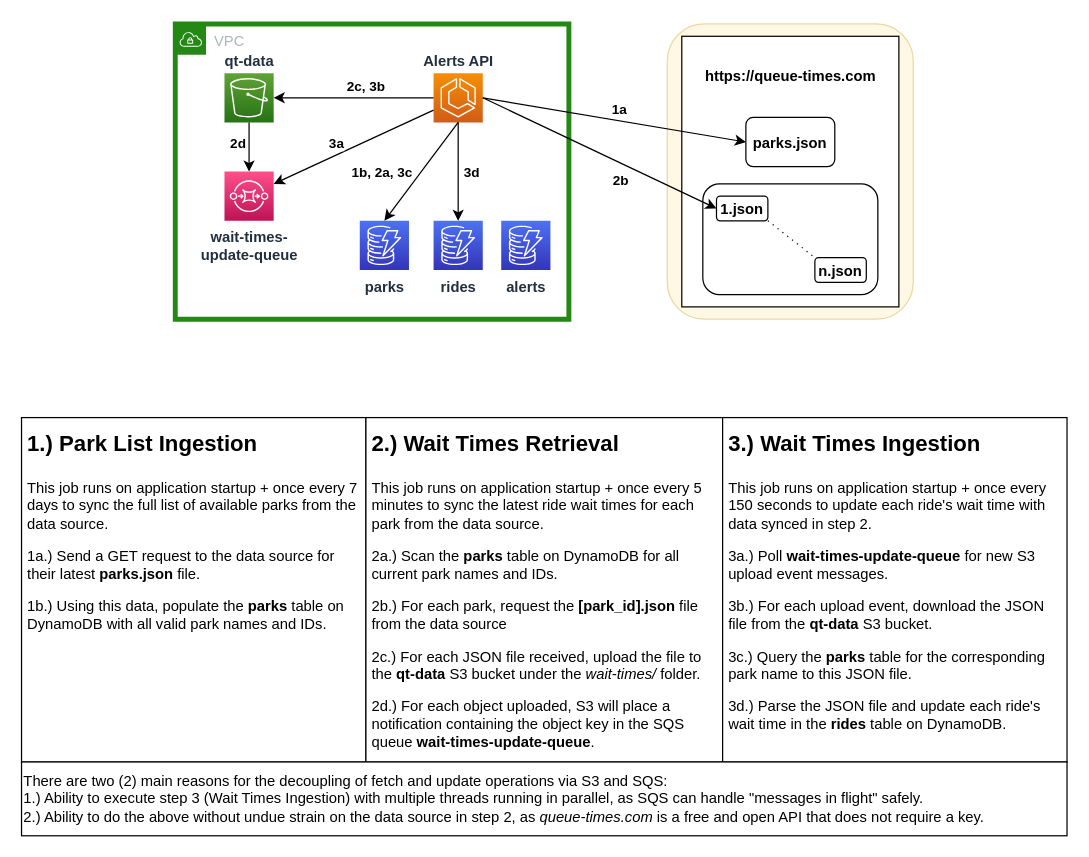
This is page "Data Ingestion Flow" (1 of 2) of docs/queue_times_app_diagram.drawio from caseyjohnsonwv/firewatch, a draw.io file, before an edit. Source tidied: cells renumbered, new cells numbered last; positions are measured from the earlier drawing's top-left corner, leaving out a move shared by most shapes. Both pictures are drawn from the tidied source at 123%, with x=0, y=0 at pixel (21, 23).
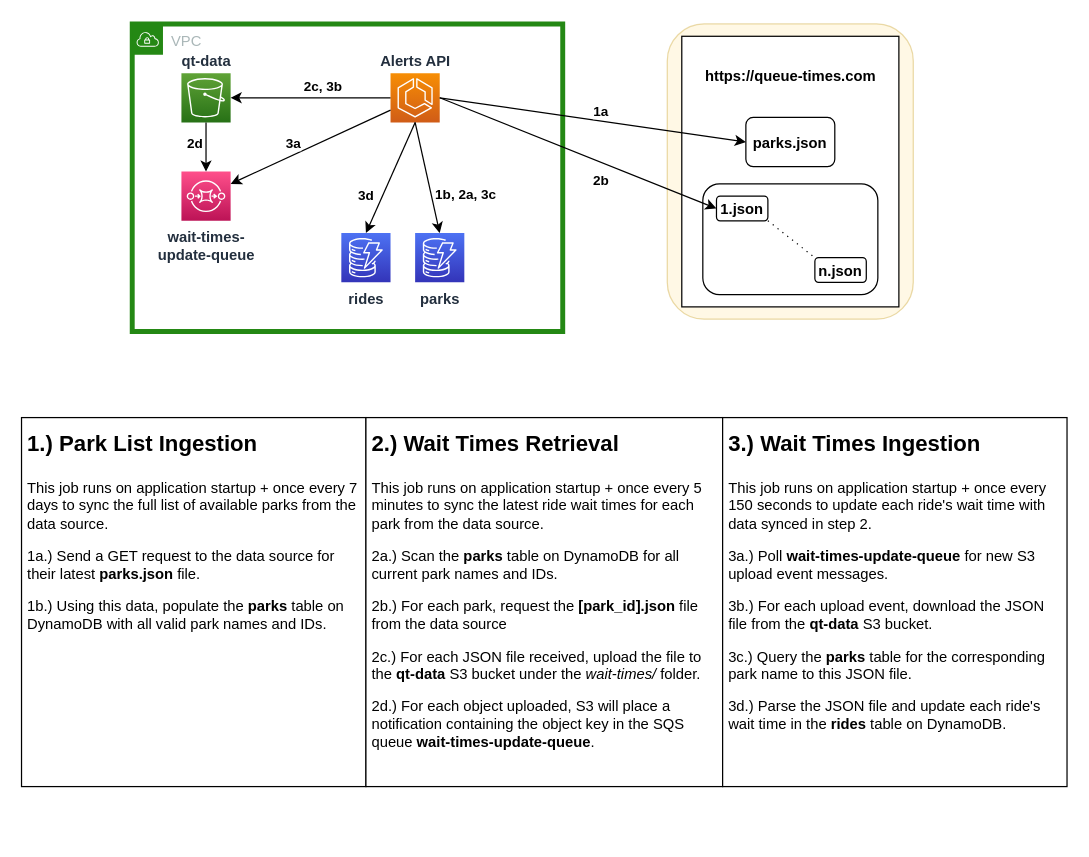
Above is the later version.

The change refers to these unchanged cells:
```xml
<mxCell id="11" value="&lt;font style=&quot;font-size: 12px&quot;&gt;&lt;b&gt;parks.json&lt;/b&gt;&lt;/font&gt;" style="rounded=1;whiteSpace=wrap;html=1;labelBackgroundColor=none;fontSize=14;strokeColor=default;strokeWidth=1;fillColor=#FFFFFF;" parent="9" vertex="1">
  <mxGeometry x="52.1" y="66" width="72.3" height="40" as="geometry" />
</mxCell>
<mxCell id="15" value="&lt;font style=&quot;font-size: 12px&quot;&gt;&lt;b&gt;1.json&lt;/b&gt;&lt;/font&gt;" style="rounded=1;whiteSpace=wrap;html=1;labelBackgroundColor=none;fontSize=14;strokeColor=default;strokeWidth=1;fillColor=#FFFFFF;" parent="9" vertex="1">
  <mxGeometry x="28.2" y="130" width="41.8" height="20" as="geometry" />
</mxCell>
```

What changed in the source:
```diff
@@
-    <mxCell id="2" style="group;" parent="1" vertex="1">
-      <mxGeometry x="125" width="600" height="240" as="geometry" />
-    </mxCell>
+    <mxCell id="33" style="group;" parent="1" vertex="1">
+      <mxGeometry y="320" width="280" height="300" as="geometry" />
+    </mxCell>
+    <mxCell id="34" style="rounded=0;whiteSpace=wrap;html=1;" parent="33" vertex="1">
+      <mxGeometry width="280" height="300" as="geometry" />
+    </mxCell>
+    <mxCell id="35" value="&lt;h1&gt;&lt;font style=&quot;font-size: 18px&quot;&gt;1.) Park List Ingestion&lt;/font&gt;&lt;/h1&gt;&lt;p&gt;This job runs on application startup + once every 7 days to sync the full list of available parks from the data source.&lt;/p&gt;&lt;p&gt;1a.) Send a GET request to the data source&amp;nbsp;for their latest&amp;nbsp;&lt;b&gt;parks.json&lt;/b&gt;&amp;nbsp;file.&lt;/p&gt;&lt;p&gt;1b.) Using this data, populate the &lt;b&gt;parks&lt;/b&gt;&amp;nbsp;table on DynamoDB with all valid park names and IDs.&lt;/p&gt;" style="text;html=1;strokeColor=none;fillColor=none;spacing=5;spacingTop=-20;whiteSpace=wrap;overflow=hidden;rounded=0;" parent="33" vertex="1">
+      <mxGeometry width="280" height="300" as="geometry" />
+    </mxCell>
+    <mxCell id="36" style="group;" parent="1" vertex="1">
+      <mxGeometry x="280" y="320" width="290" height="300" as="geometry" />
+    </mxCell>
+    <mxCell id="37" style="rounded=0;whiteSpace=wrap;html=1;" parent="36" vertex="1">
+      <mxGeometry width="290" height="300" as="geometry" />
+    </mxCell>
+    <mxCell id="38" value="&lt;h1&gt;&lt;font style=&quot;font-size: 18px&quot;&gt;2.) Wait Times Retrieval&lt;/font&gt;&lt;/h1&gt;&lt;p&gt;This job runs on application startup + once every 5 minutes to sync the latest ride wait times for each park from the data source.&lt;/p&gt;&lt;p&gt;2a.) Scan the &lt;b&gt;parks&lt;/b&gt;&amp;nbsp;table on DynamoDB for all current park names and IDs.&lt;/p&gt;&lt;p&gt;2b.) For each park, request the &lt;b&gt;[park_id].json&lt;/b&gt;&amp;nbsp;file from the data source&lt;/p&gt;&lt;p&gt;2c.) For each JSON file received, upload the file to the &lt;b&gt;qt-data&lt;/b&gt;&amp;nbsp;S3 bucket under the &lt;i&gt;wait-times/&lt;/i&gt;&amp;nbsp;folder.&lt;/p&gt;&lt;p&gt;2d.) For each object uploaded, S3 will place a notification containing the object key in the SQS queue&amp;nbsp;&lt;b&gt;wait-times-update-queue&lt;/b&gt;.&lt;/p&gt;" style="text;html=1;strokeColor=none;fillColor=none;spacing=5;spacingTop=-20;whiteSpace=wrap;overflow=hidden;rounded=0;" parent="36" vertex="1">
+      <mxGeometry width="290" height="300" as="geometry" />
+    </mxCell>
+    <mxCell id="39" style="group;" parent="1" vertex="1">
+      <mxGeometry x="570" y="320" width="280" height="300" as="geometry" />
+    </mxCell>
+    <mxCell id="40" style="rounded=0;whiteSpace=wrap;html=1;" parent="39" vertex="1">
+      <mxGeometry width="280" height="300" as="geometry" />
+    </mxCell>
+    <mxCell id="41" value="&lt;h1&gt;&lt;font style=&quot;font-size: 18px&quot;&gt;3.) Wait Times Ingestion&lt;/font&gt;&lt;/h1&gt;&lt;p&gt;This job runs on application startup + once every 150 seconds to update each ride's wait time with data synced in step 2.&lt;/p&gt;&lt;p&gt;3a.) Poll &lt;b&gt;wait-times-update-queue &lt;/b&gt;for new S3 upload event messages.&lt;/p&gt;&lt;p&gt;3b.) For each upload event, download the JSON file from the &lt;b&gt;qt-data&lt;/b&gt;&amp;nbsp;S3 bucket.&lt;/p&gt;&lt;p&gt;3c.) Query the &lt;b&gt;parks&lt;/b&gt;&amp;nbsp;table for the corresponding park name to this JSON&amp;nbsp;file.&lt;/p&gt;&lt;p&gt;3d.) Parse the JSON file and update each ride's wait time in the &lt;b&gt;rides&lt;/b&gt;&amp;nbsp;table on DynamoDB.&lt;/p&gt;" style="text;html=1;strokeColor=none;fillColor=none;spacing=5;spacingTop=-20;whiteSpace=wrap;overflow=hidden;rounded=0;" parent="39" vertex="1">
+      <mxGeometry width="280" height="300" as="geometry" />
+    </mxCell>
-    <mxCell id="3" value="VPC" style="gradientColor=none;html=1;whiteSpace=wrap;fontSize=12;fontStyle=0;shape=mxgraph.aws4.group;grIcon=mxgraph.aws4.group_vpc;strokeColor=#248814;fillColor=none;verticalAlign=top;align=left;spacingLeft=30;fontColor=#AAB7B8;dashed=0;strokeWidth=4;" parent="2" vertex="1">
-      <mxGeometry width="320" height="240" as="geometry" />
+    <mxCell id="3" value="VPC" style="gradientColor=none;html=1;whiteSpace=wrap;fontSize=12;fontStyle=0;shape=mxgraph.aws4.group;grIcon=mxgraph.aws4.group_vpc;strokeColor=#248814;fillColor=none;verticalAlign=top;align=left;spacingLeft=30;fontColor=#AAB7B8;dashed=0;strokeWidth=4;" parent="1" vertex="1">
+      <mxGeometry x="90" width="350" height="250" as="geometry" />
     </mxCell>
-    <mxCell id="4" value="&lt;b&gt;Alerts API&lt;/b&gt;" style="sketch=0;points=[[0,0,0],[0.25,0,0],[0.5,0,0],[0.75,0,0],[1,0,0],[0,1,0],[0.25,1,0],[0.5,1,0],[0.75,1,0],[1,1,0],[0,0.25,0],[0,0.5,0],[0,0.75,0],[1,0.25,0],[1,0.5,0],[1,0.75,0]];outlineConnect=0;fontColor=#232F3E;gradientColor=#F78E04;gradientDirection=north;fillColor=#D05C17;strokeColor=#ffffff;dashed=0;verticalLabelPosition=top;verticalAlign=bottom;align=center;html=1;fontSize=12;fontStyle=0;shape=mxgraph.aws4.resourceIcon;resIcon=mxgraph.aws4.ecs;labelPosition=center;" parent="2" vertex="1">
-      <mxGeometry x="210" y="40" width="40" height="40" as="geometry" />
+    <mxCell id="4" value="&lt;b&gt;Alerts API&lt;/b&gt;" style="sketch=0;points=[[0,0,0],[0.25,0,0],[0.5,0,0],[0.75,0,0],[1,0,0],[0,1,0],[0.25,1,0],[0.5,1,0],[0.75,1,0],[1,1,0],[0,0.25,0],[0,0.5,0],[0,0.75,0],[1,0.25,0],[1,0.5,0],[1,0.75,0]];outlineConnect=0;fontColor=#232F3E;gradientColor=#F78E04;gradientDirection=north;fillColor=#D05C17;strokeColor=#ffffff;dashed=0;verticalLabelPosition=top;verticalAlign=bottom;align=center;html=1;fontSize=12;fontStyle=0;shape=mxgraph.aws4.resourceIcon;resIcon=mxgraph.aws4.ecs;labelPosition=center;" parent="1" vertex="1">
+      <mxGeometry x="300" y="40" width="40" height="40" as="geometry" />
     </mxCell>
-    <mxCell id="5" value="&lt;b&gt;qt-data&lt;/b&gt;" style="sketch=0;points=[[0,0,0],[0.25,0,0],[0.5,0,0],[0.75,0,0],[1,0,0],[0,1,0],[0.25,1,0],[0.5,1,0],[0.75,1,0],[1,1,0],[0,0.25,0],[0,0.5,0],[0,0.75,0],[1,0.25,0],[1,0.5,0],[1,0.75,0]];outlineConnect=0;fontColor=#232F3E;gradientColor=#60A337;gradientDirection=north;fillColor=#277116;strokeColor=#ffffff;dashed=0;verticalLabelPosition=top;verticalAlign=bottom;align=center;html=1;fontSize=12;fontStyle=0;shape=mxgraph.aws4.resourceIcon;resIcon=mxgraph.aws4.s3;labelBackgroundColor=none;labelPosition=center;" parent="2" vertex="1">
-      <mxGeometry x="40" y="40" width="40" height="40" as="geometry" />
+    <mxCell id="5" value="&lt;b&gt;qt-data&lt;/b&gt;" style="sketch=0;points=[[0,0,0],[0.25,0,0],[0.5,0,0],[0.75,0,0],[1,0,0],[0,1,0],[0.25,1,0],[0.5,1,0],[0.75,1,0],[1,1,0],[0,0.25,0],[0,0.5,0],[0,0.75,0],[1,0.25,0],[1,0.5,0],[1,0.75,0]];outlineConnect=0;fontColor=#232F3E;gradientColor=#60A337;gradientDirection=north;fillColor=#277116;strokeColor=#ffffff;dashed=0;verticalLabelPosition=top;verticalAlign=bottom;align=center;html=1;fontSize=12;fontStyle=0;shape=mxgraph.aws4.resourceIcon;resIcon=mxgraph.aws4.s3;labelBackgroundColor=none;labelPosition=center;" parent="1" vertex="1">
+      <mxGeometry x="130" y="40" width="40" height="40" as="geometry" />
     </mxCell>
-    <mxCell id="6" style="edgeStyle=orthogonalEdgeStyle;rounded=0;jettySize=auto;html=1;exitX=0;exitY=0.5;exitDx=0;exitDy=0;exitPerimeter=0;entryX=1;entryY=0.5;entryDx=0;entryDy=0;entryPerimeter=0;endArrow=classic;endFill=1;" parent="2" edge="1" source="4" target="5">
+    <mxCell id="6" style="edgeStyle=orthogonalEdgeStyle;rounded=0;jettySize=auto;html=1;exitX=0;exitY=0.5;exitDx=0;exitDy=0;exitPerimeter=0;entryX=1;entryY=0.5;entryDx=0;entryDy=0;entryPerimeter=0;endArrow=classic;endFill=1;" parent="1" edge="1" source="4" target="5">
       <mxGeometry relative="1" as="geometry" />
     </mxCell>
@@
-    <mxCell id="8" style="rounded=1;whiteSpace=wrap;html=1;labelBackgroundColor=none;fontSize=12;strokeColor=#d6b656;strokeWidth=1;fillColor=#fff2cc;opacity=50;" parent="2" vertex="1">
-      <mxGeometry x="400" width="200" height="240" as="geometry" />
+    <mxCell id="8" style="rounded=1;whiteSpace=wrap;html=1;labelBackgroundColor=none;fontSize=12;strokeColor=#d6b656;strokeWidth=1;fillColor=#fff2cc;opacity=50;" parent="1" vertex="1">
+      <mxGeometry x="525" width="200" height="240" as="geometry" />
     </mxCell>
-    <mxCell id="9" style="group;opacity=50;" parent="2" vertex="1">
-      <mxGeometry x="411.8" y="10" width="176.5" height="220" as="geometry" />
+    <mxCell id="9" style="group;opacity=50;" parent="1" vertex="1">
+      <mxGeometry x="536.8" y="10" width="176.5" height="220" as="geometry" />
     </mxCell>
@@
-    <mxCell id="17" value="&lt;b&gt;wait-times-&lt;br&gt;update-queue&lt;/b&gt;" style="sketch=0;points=[[0,0,0],[0.25,0,0],[0.5,0,0],[0.75,0,0],[1,0,0],[0,1,0],[0.25,1,0],[0.5,1,0],[0.75,1,0],[1,1,0],[0,0.25,0],[0,0.5,0],[0,0.75,0],[1,0.25,0],[1,0.5,0],[1,0.75,0]];outlineConnect=0;fontColor=#232F3E;gradientColor=#FF4F8B;gradientDirection=north;fillColor=#BC1356;strokeColor=#ffffff;dashed=0;verticalLabelPosition=bottom;verticalAlign=top;align=center;html=1;fontSize=12;fontStyle=0;shape=mxgraph.aws4.resourceIcon;resIcon=mxgraph.aws4.sqs;" parent="2" vertex="1">
-      <mxGeometry x="40" y="120" width="40" height="40" as="geometry" />
+    <mxCell id="17" value="&lt;b&gt;wait-times-&lt;br&gt;update-queue&lt;/b&gt;" style="sketch=0;points=[[0,0,0],[0.25,0,0],[0.5,0,0],[0.75,0,0],[1,0,0],[0,1,0],[0.25,1,0],[0.5,1,0],[0.75,1,0],[1,1,0],[0,0.25,0],[0,0.5,0],[0,0.75,0],[1,0.25,0],[1,0.5,0],[1,0.75,0]];outlineConnect=0;fontColor=#232F3E;gradientColor=#FF4F8B;gradientDirection=north;fillColor=#BC1356;strokeColor=#ffffff;dashed=0;verticalLabelPosition=bottom;verticalAlign=top;align=center;html=1;fontSize=12;fontStyle=0;shape=mxgraph.aws4.resourceIcon;resIcon=mxgraph.aws4.sqs;" parent="1" vertex="1">
+      <mxGeometry x="130" y="120" width="40" height="40" as="geometry" />
     </mxCell>
-    <mxCell id="18" style="edgeStyle=none;rounded=0;jettySize=auto;html=1;exitX=0;exitY=0.75;exitDx=0;exitDy=0;exitPerimeter=0;entryX=1;entryY=0.25;entryDx=0;entryDy=0;entryPerimeter=0;endArrow=classic;endFill=1;" parent="2" edge="1" source="4" target="17">
+    <mxCell id="18" style="edgeStyle=none;rounded=0;jettySize=auto;html=1;exitX=0;exitY=0.75;exitDx=0;exitDy=0;exitPerimeter=0;entryX=1;entryY=0.25;entryDx=0;entryDy=0;entryPerimeter=0;endArrow=classic;endFill=1;" parent="1" edge="1" source="4" target="17">
       <mxGeometry relative="1" as="geometry" />
     </mxCell>
@@
-    <mxCell id="20" style="edgeStyle=none;rounded=0;jettySize=auto;html=1;exitX=0.5;exitY=1;exitDx=0;exitDy=0;exitPerimeter=0;entryX=0.5;entryY=0;entryDx=0;entryDy=0;entryPerimeter=0;endArrow=classic;endFill=1;" parent="2" edge="1" source="5" target="17">
+    <mxCell id="20" style="edgeStyle=none;rounded=0;jettySize=auto;html=1;exitX=0.5;exitY=1;exitDx=0;exitDy=0;exitPerimeter=0;entryX=0.5;entryY=0;entryDx=0;entryDy=0;entryPerimeter=0;endArrow=classic;endFill=1;" parent="1" edge="1" source="5" target="17">
       <mxGeometry relative="1" as="geometry" />
     </mxCell>
@@
-    <mxCell id="22" value="&lt;b&gt;rides&lt;/b&gt;" style="sketch=0;points=[[0,0,0],[0.25,0,0],[0.5,0,0],[0.75,0,0],[1,0,0],[0,1,0],[0.25,1,0],[0.5,1,0],[0.75,1,0],[1,1,0],[0,0.25,0],[0,0.5,0],[0,0.75,0],[1,0.25,0],[1,0.5,0],[1,0.75,0]];outlineConnect=0;fontColor=#232F3E;gradientColor=#4D72F3;gradientDirection=north;fillColor=#3334B9;strokeColor=#ffffff;dashed=0;verticalLabelPosition=bottom;verticalAlign=top;align=center;html=1;fontSize=12;fontStyle=0;shape=mxgraph.aws4.resourceIcon;resIcon=mxgraph.aws4.dynamodb;" parent="2" vertex="1">
-      <mxGeometry x="210" y="160" width="40" height="40" as="geometry" />
+    <mxCell id="22" value="&lt;b&gt;rides&lt;/b&gt;" style="sketch=0;points=[[0,0,0],[0.25,0,0],[0.5,0,0],[0.75,0,0],[1,0,0],[0,1,0],[0.25,1,0],[0.5,1,0],[0.75,1,0],[1,1,0],[0,0.25,0],[0,0.5,0],[0,0.75,0],[1,0.25,0],[1,0.5,0],[1,0.75,0]];outlineConnect=0;fontColor=#232F3E;gradientColor=#4D72F3;gradientDirection=north;fillColor=#3334B9;strokeColor=#ffffff;dashed=0;verticalLabelPosition=bottom;verticalAlign=top;align=center;html=1;fontSize=12;fontStyle=0;shape=mxgraph.aws4.resourceIcon;resIcon=mxgraph.aws4.dynamodb;" parent="1" vertex="1">
+      <mxGeometry x="260" y="170" width="40" height="40" as="geometry" />
     </mxCell>
-    <mxCell id="23" value="&lt;b&gt;parks&lt;/b&gt;" style="sketch=0;points=[[0,0,0],[0.25,0,0],[0.5,0,0],[0.75,0,0],[1,0,0],[0,1,0],[0.25,1,0],[0.5,1,0],[0.75,1,0],[1,1,0],[0,0.25,0],[0,0.5,0],[0,0.75,0],[1,0.25,0],[1,0.5,0],[1,0.75,0]];outlineConnect=0;fontColor=#232F3E;gradientColor=#4D72F3;gradientDirection=north;fillColor=#3334B9;strokeColor=#ffffff;dashed=0;verticalLabelPosition=bottom;verticalAlign=top;align=center;html=1;fontSize=12;fontStyle=0;shape=mxgraph.aws4.resourceIcon;resIcon=mxgraph.aws4.dynamodb;" parent="2" vertex="1">
-      <mxGeometry x="150" y="160" width="40" height="40" as="geometry" />
+    <mxCell id="23" value="&lt;b&gt;parks&lt;/b&gt;" style="sketch=0;points=[[0,0,0],[0.25,0,0],[0.5,0,0],[0.75,0,0],[1,0,0],[0,1,0],[0.25,1,0],[0.5,1,0],[0.75,1,0],[1,1,0],[0,0.25,0],[0,0.5,0],[0,0.75,0],[1,0.25,0],[1,0.5,0],[1,0.75,0]];outlineConnect=0;fontColor=#232F3E;gradientColor=#4D72F3;gradientDirection=north;fillColor=#3334B9;strokeColor=#ffffff;dashed=0;verticalLabelPosition=bottom;verticalAlign=top;align=center;html=1;fontSize=12;fontStyle=0;shape=mxgraph.aws4.resourceIcon;resIcon=mxgraph.aws4.dynamodb;" parent="1" vertex="1">
+      <mxGeometry x="320" y="170" width="40" height="40" as="geometry" />
     </mxCell>
-    <mxCell id="24" style="edgeStyle=none;rounded=0;jettySize=auto;html=1;exitX=0.5;exitY=1;exitDx=0;exitDy=0;exitPerimeter=0;entryX=0.5;entryY=0;entryDx=0;entryDy=0;entryPerimeter=0;endArrow=classic;endFill=1;" parent="2" edge="1" source="4" target="22">
+    <mxCell id="24" style="edgeStyle=none;rounded=0;jettySize=auto;html=1;exitX=0.5;exitY=1;exitDx=0;exitDy=0;exitPerimeter=0;entryX=0.5;entryY=0;entryDx=0;entryDy=0;entryPerimeter=0;endArrow=classic;endFill=1;" parent="1" edge="1" source="4" target="22">
       <mxGeometry relative="1" as="geometry" />
     </mxCell>
     <mxCell id="25" value="&lt;b&gt;3d&lt;/b&gt;" style="edgeLabel;html=1;align=center;verticalAlign=middle;" parent="24" vertex="1">
       <mxGeometry x="-0.25" y="2" relative="1" as="geometry">
-        <mxPoint x="8" y="10" as="offset" />
+        <mxPoint x="-27" y="25" as="offset" />
       </mxGeometry>
     </mxCell>
-    <mxCell id="26" style="edgeStyle=none;rounded=0;jettySize=auto;html=1;exitX=1;exitY=0.5;exitDx=0;exitDy=0;exitPerimeter=0;entryX=0;entryY=0.5;entryDx=0;entryDy=0;endArrow=classic;endFill=1;" parent="2" edge="1" source="4" target="11">
+    <mxCell id="26" style="edgeStyle=none;rounded=0;jettySize=auto;html=1;exitX=1;exitY=0.5;exitDx=0;exitDy=0;exitPerimeter=0;entryX=0;entryY=0.5;entryDx=0;entryDy=0;endArrow=classic;endFill=1;" parent="1" edge="1" source="4" target="11">
       <mxGeometry relative="1" as="geometry" />
     </mxCell>
@@
-    <mxCell id="28" value="&lt;b&gt;alerts&lt;/b&gt;" style="sketch=0;fontColor=#232F3E;gradientColor=#4D72F3;gradientDirection=north;fillColor=#3334B9;strokeColor=#ffffff;dashed=0;verticalLabelPosition=bottom;verticalAlign=top;align=center;html=1;fontSize=12;fontStyle=0;shape=mxgraph.aws4.resourceIcon;resIcon=mxgraph.aws4.dynamodb;" parent="2" vertex="1">
-      <mxGeometry x="265" y="160" width="40" height="40" as="geometry" />
-    </mxCell>
-    <mxCell id="29" style="edgeStyle=none;rounded=0;jettySize=auto;html=1;exitX=0.5;exitY=1;exitDx=0;exitDy=0;exitPerimeter=0;entryX=0.5;entryY=0;entryDx=0;entryDy=0;entryPerimeter=0;endArrow=classic;endFill=1;" parent="2" edge="1" source="4" target="23">
+    <mxCell id="29" style="edgeStyle=none;rounded=0;jettySize=auto;html=1;exitX=0.5;exitY=1;exitDx=0;exitDy=0;exitPerimeter=0;entryX=0.5;entryY=0;entryDx=0;entryDy=0;entryPerimeter=0;endArrow=classic;endFill=1;" parent="1" edge="1" source="4" target="23">
       <mxGeometry relative="1" as="geometry" />
     </mxCell>
     <mxCell id="30" value="&lt;b&gt;1b, 2a, 3c&lt;/b&gt;" style="edgeLabel;html=1;align=center;verticalAlign=middle;" parent="29" vertex="1">
       <mxGeometry x="0.19" y="-2" relative="1" as="geometry">
-        <mxPoint x="-25" y="-6" as="offset" />
+        <mxPoint x="31" y="4" as="offset" />
       </mxGeometry>
     </mxCell>
-    <mxCell id="31" style="edgeStyle=none;rounded=0;jettySize=auto;html=1;exitX=1;exitY=0.5;exitDx=0;exitDy=0;exitPerimeter=0;entryX=0;entryY=0.5;entryDx=0;entryDy=0;endArrow=classic;endFill=1;" parent="2" edge="1" source="4" target="15">
+    <mxCell id="31" style="edgeStyle=none;rounded=0;jettySize=auto;html=1;exitX=1;exitY=0.5;exitDx=0;exitDy=0;exitPerimeter=0;entryX=0;entryY=0.5;entryDx=0;entryDy=0;endArrow=classic;endFill=1;" parent="1" edge="1" source="4" target="15">
       <mxGeometry relative="1" as="geometry" />
     </mxCell>
@@
-    <mxCell id="33" style="group;" parent="1" vertex="1">
-      <mxGeometry y="320" width="280" height="280" as="geometry" />
-    </mxCell>
-    <mxCell id="34" style="rounded=0;whiteSpace=wrap;html=1;" parent="33" vertex="1">
-      <mxGeometry width="280" height="280" as="geometry" />
-    </mxCell>
-    <mxCell id="35" value="&lt;h1&gt;&lt;font style=&quot;font-size: 18px&quot;&gt;1.) Park List Ingestion&lt;/font&gt;&lt;/h1&gt;&lt;p&gt;This job runs on application startup + once every 7 days to sync the full list of available parks from the data source.&lt;/p&gt;&lt;p&gt;1a.) Send a GET request to the data source&amp;nbsp;for their latest&amp;nbsp;&lt;b&gt;parks.json&lt;/b&gt;&amp;nbsp;file.&lt;/p&gt;&lt;p&gt;1b.) Using this data, populate the &lt;b&gt;parks&lt;/b&gt;&amp;nbsp;table on DynamoDB with all valid park names and IDs.&lt;/p&gt;" style="text;html=1;strokeColor=none;fillColor=none;spacing=5;spacingTop=-20;whiteSpace=wrap;overflow=hidden;rounded=0;" parent="33" vertex="1">
-      <mxGeometry width="280" height="280" as="geometry" />
-    </mxCell>
-    <mxCell id="36" style="group;" parent="1" vertex="1">
-      <mxGeometry x="280" y="320" width="290" height="280" as="geometry" />
-    </mxCell>
-    <mxCell id="37" style="rounded=0;whiteSpace=wrap;html=1;" parent="36" vertex="1">
-      <mxGeometry width="290" height="280" as="geometry" />
-    </mxCell>
-    <mxCell id="38" value="&lt;h1&gt;&lt;font style=&quot;font-size: 18px&quot;&gt;2.) Wait Times Retrieval&lt;/font&gt;&lt;/h1&gt;&lt;p&gt;This job runs on application startup + once every 5 minutes to sync the latest ride wait times for each park from the data source.&lt;/p&gt;&lt;p&gt;2a.) Scan the &lt;b&gt;parks&lt;/b&gt;&amp;nbsp;table on DynamoDB for all current park names and IDs.&lt;/p&gt;&lt;p&gt;2b.) For each park, request the &lt;b&gt;[park_id].json&lt;/b&gt;&amp;nbsp;file from the data source&lt;/p&gt;&lt;p&gt;2c.) For each JSON file received, upload the file to the &lt;b&gt;qt-data&lt;/b&gt;&amp;nbsp;S3 bucket under the &lt;i&gt;wait-times/&lt;/i&gt;&amp;nbsp;folder.&lt;/p&gt;&lt;p&gt;2d.) For each object uploaded, S3 will place a notification containing the object key in the SQS queue&amp;nbsp;&lt;b&gt;wait-times-update-queue&lt;/b&gt;.&lt;/p&gt;" style="text;html=1;strokeColor=none;fillColor=none;spacing=5;spacingTop=-20;whiteSpace=wrap;overflow=hidden;rounded=0;" parent="36" vertex="1">
-      <mxGeometry width="290" height="280" as="geometry" />
-    </mxCell>
-    <mxCell id="39" style="group;" parent="1" vertex="1">
-      <mxGeometry x="570" y="320" width="280" height="280" as="geometry" />
-    </mxCell>
-    <mxCell id="40" style="rounded=0;whiteSpace=wrap;html=1;" parent="39" vertex="1">
-      <mxGeometry width="280" height="280" as="geometry" />
-    </mxCell>
-    <mxCell id="41" value="&lt;h1&gt;&lt;font style=&quot;font-size: 18px&quot;&gt;3.) Wait Times Ingestion&lt;/font&gt;&lt;/h1&gt;&lt;p&gt;This job runs on application startup + once every 150 seconds to update each ride's wait time with data synced in step 2.&lt;/p&gt;&lt;p&gt;3a.) Poll &lt;b&gt;wait-times-update-queue &lt;/b&gt;for new S3 upload event messages.&lt;/p&gt;&lt;p&gt;3b.) For each upload event, download the JSON file from the &lt;b&gt;qt-data&lt;/b&gt;&amp;nbsp;S3 bucket.&lt;/p&gt;&lt;p&gt;3c.) Query the &lt;b&gt;parks&lt;/b&gt;&amp;nbsp;table for the corresponding park name to this JSON&amp;nbsp;file.&lt;/p&gt;&lt;p&gt;3d.) Parse the JSON file and update each ride's wait time in the &lt;b&gt;rides&lt;/b&gt;&amp;nbsp;table on DynamoDB.&lt;/p&gt;" style="text;html=1;strokeColor=none;fillColor=none;spacing=5;spacingTop=-20;whiteSpace=wrap;overflow=hidden;rounded=0;" parent="39" vertex="1">
-      <mxGeometry width="280" height="280" as="geometry" />
-    </mxCell>
-    <mxCell id="42" value="There are two (2) main reasons for the decoupling of fetch and update operations via S3 and SQS:&lt;br&gt;1.) Ability to execute step 3 (Wait Times Ingestion) with multiple threads running in parallel, as SQS can handle &quot;messages in flight&quot; safely.&lt;br&gt;2.) Ability to do the above without undue&amp;nbsp;strain on the data source in step 2, as &lt;i&gt;queue-times.com&lt;/i&gt;&amp;nbsp;is a free and open API that does not require a key." style="rounded=0;whiteSpace=wrap;html=1;fontSize=12;verticalAlign=middle;align=left;" parent="1" vertex="1">
-      <mxGeometry y="600" width="850" height="60" as="geometry" />
-    </mxCell>
```
